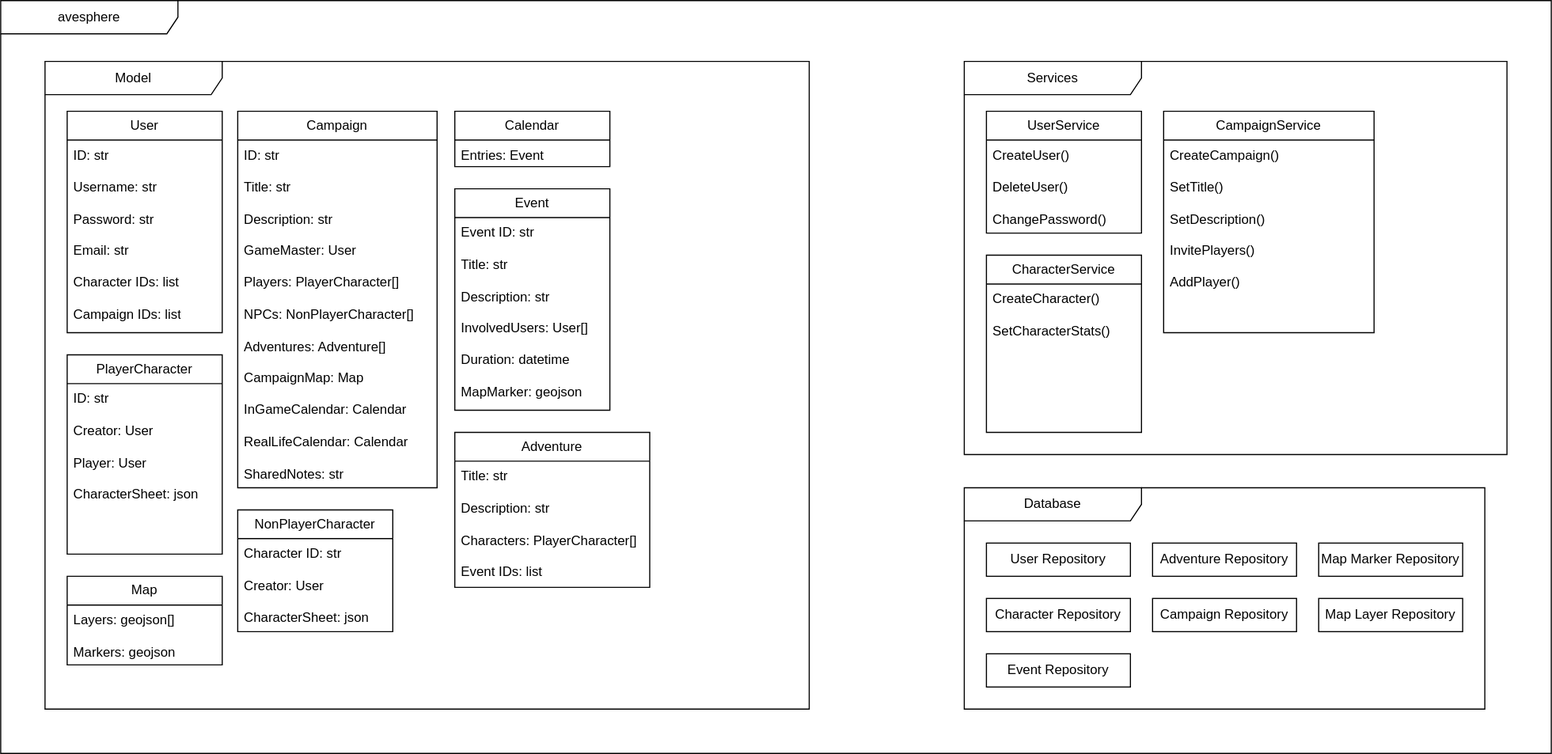
This is docs/resources/avesphere_system_architecture.drawio.svg from reepsakul/avesphere, a draw.io export, as it was before one commit. Source tidied: cells renumbered, new cells last; positions are measured from the earlier drawing's top-left corner, leaving out a move shared by most shapes.
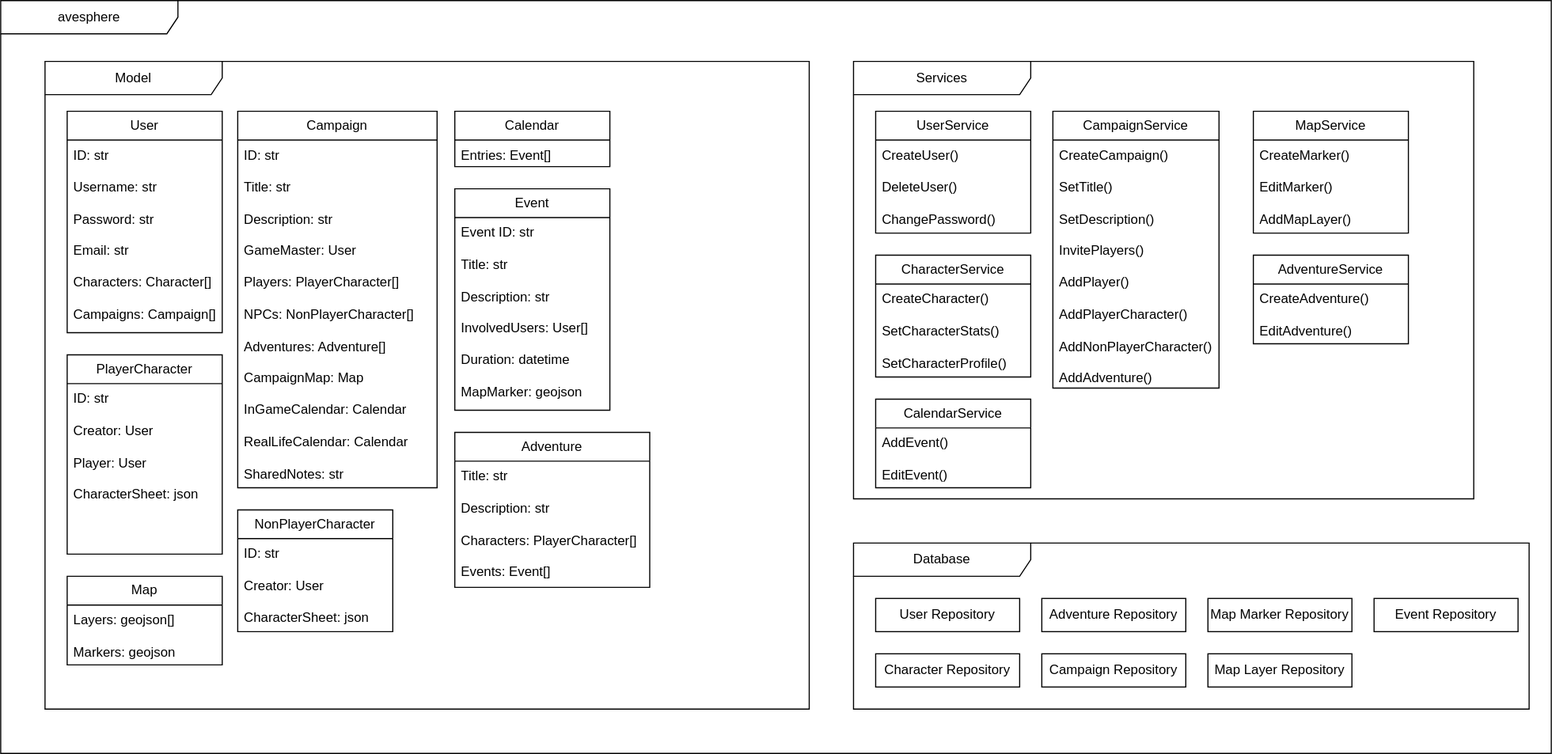
After the commit.

Commit message:
docs: added to system structure diagram and tech stack

Diff of the diagram source:
```diff
@@ -11,7 +11,7 @@
     <mxCell id="4" value="User" style="swimlane;fontStyle=0;horizontal=1;startSize=26;fillColor=none;whiteSpace=wrap;html=1;" parent="3" vertex="1">
       <mxGeometry x="20" y="45" width="140" height="200" as="geometry" />
     </mxCell>
-    <mxCell id="5" value="&lt;div&gt;ID: str&lt;br&gt;&lt;/div&gt;&lt;div&gt;&lt;br&gt;&lt;/div&gt;Username: str&lt;div&gt;&lt;br&gt;&lt;/div&gt;&lt;div&gt;Password: str&lt;/div&gt;&lt;div&gt;&lt;br&gt;&lt;/div&gt;&lt;div&gt;Email: str&lt;/div&gt;&lt;div&gt;&lt;br&gt;&lt;/div&gt;&lt;div&gt;Character IDs: list&lt;/div&gt;&lt;div&gt;&lt;br&gt;&lt;/div&gt;&lt;div&gt;Campaign IDs: list&lt;/div&gt;" style="text;strokeColor=none;fillColor=none;align=left;verticalAlign=top;spacingLeft=4;spacingRight=4;overflow=hidden;whiteSpace=wrap;html=1;" parent="4" vertex="1">
+    <mxCell id="5" value="&lt;div&gt;ID: str&lt;br&gt;&lt;/div&gt;&lt;div&gt;&lt;br&gt;&lt;/div&gt;Username: str&lt;div&gt;&lt;br&gt;&lt;/div&gt;&lt;div&gt;Password: str&lt;/div&gt;&lt;div&gt;&lt;br&gt;&lt;/div&gt;&lt;div&gt;Email: str&lt;/div&gt;&lt;div&gt;&lt;br&gt;&lt;/div&gt;&lt;div&gt;Characters: Character[]&lt;/div&gt;&lt;div&gt;&lt;br&gt;&lt;/div&gt;&lt;div&gt;Campaigns: Campaign[]&lt;/div&gt;" style="text;strokeColor=none;fillColor=none;align=left;verticalAlign=top;spacingLeft=4;spacingRight=4;overflow=hidden;whiteSpace=wrap;html=1;" parent="4" vertex="1">
       <mxGeometry y="26" width="140" height="174" as="geometry" />
     </mxCell>
     <mxCell id="6" value="Campaign" style="swimlane;fontStyle=0;horizontal=1;startSize=26;fillColor=none;whiteSpace=wrap;html=1;" parent="3" vertex="1">
@@ -29,7 +29,7 @@
     <mxCell id="10" value="Adventure" style="swimlane;fontStyle=0;horizontal=1;startSize=26;fillColor=none;whiteSpace=wrap;html=1;" parent="3" vertex="1">
       <mxGeometry x="370" y="335" width="176" height="140" as="geometry" />
     </mxCell>
-    <mxCell id="11" value="&lt;div&gt;&lt;span style=&quot;background-color: transparent; color: light-dark(rgb(0, 0, 0), rgb(255, 255, 255));&quot;&gt;Title: str&lt;/span&gt;&lt;/div&gt;&lt;div&gt;&lt;span style=&quot;background-color: transparent; color: light-dark(rgb(0, 0, 0), rgb(255, 255, 255));&quot;&gt;&lt;br&gt;&lt;/span&gt;&lt;/div&gt;&lt;div&gt;&lt;span style=&quot;background-color: transparent; color: light-dark(rgb(0, 0, 0), rgb(255, 255, 255));&quot;&gt;Description: str&lt;/span&gt;&lt;/div&gt;&lt;span style=&quot;background-color: transparent; color: light-dark(rgb(0, 0, 0), rgb(255, 255, 255));&quot;&gt;&lt;div&gt;&lt;span style=&quot;background-color: transparent; color: light-dark(rgb(0, 0, 0), rgb(255, 255, 255));&quot;&gt;&lt;br&gt;&lt;/span&gt;&lt;/div&gt;Characters: PlayerCharacter[]&lt;/span&gt;&lt;div&gt;&lt;span style=&quot;background-color: transparent; color: light-dark(rgb(0, 0, 0), rgb(255, 255, 255));&quot;&gt;&lt;br&gt;&lt;/span&gt;&lt;/div&gt;&lt;div&gt;&lt;span style=&quot;background-color: transparent; color: light-dark(rgb(0, 0, 0), rgb(255, 255, 255));&quot;&gt;Event IDs: list&lt;/span&gt;&lt;/div&gt;" style="text;strokeColor=none;fillColor=none;align=left;verticalAlign=top;spacingLeft=4;spacingRight=4;overflow=hidden;whiteSpace=wrap;html=1;" parent="10" vertex="1">
+    <mxCell id="11" value="&lt;div&gt;&lt;span style=&quot;background-color: transparent; color: light-dark(rgb(0, 0, 0), rgb(255, 255, 255));&quot;&gt;Title: str&lt;/span&gt;&lt;/div&gt;&lt;div&gt;&lt;span style=&quot;background-color: transparent; color: light-dark(rgb(0, 0, 0), rgb(255, 255, 255));&quot;&gt;&lt;br&gt;&lt;/span&gt;&lt;/div&gt;&lt;div&gt;&lt;span style=&quot;background-color: transparent; color: light-dark(rgb(0, 0, 0), rgb(255, 255, 255));&quot;&gt;Description: str&lt;/span&gt;&lt;/div&gt;&lt;span style=&quot;background-color: transparent; color: light-dark(rgb(0, 0, 0), rgb(255, 255, 255));&quot;&gt;&lt;div&gt;&lt;span style=&quot;background-color: transparent; color: light-dark(rgb(0, 0, 0), rgb(255, 255, 255));&quot;&gt;&lt;br&gt;&lt;/span&gt;&lt;/div&gt;Characters: PlayerCharacter[]&lt;/span&gt;&lt;div&gt;&lt;span style=&quot;background-color: transparent; color: light-dark(rgb(0, 0, 0), rgb(255, 255, 255));&quot;&gt;&lt;br&gt;&lt;/span&gt;&lt;/div&gt;&lt;div&gt;&lt;span style=&quot;background-color: transparent; color: light-dark(rgb(0, 0, 0), rgb(255, 255, 255));&quot;&gt;Events: Event[]&lt;/span&gt;&lt;/div&gt;" style="text;strokeColor=none;fillColor=none;align=left;verticalAlign=top;spacingLeft=4;spacingRight=4;overflow=hidden;whiteSpace=wrap;html=1;" parent="10" vertex="1">
       <mxGeometry y="26" width="176" height="114" as="geometry" />
     </mxCell>
     <mxCell id="12" value="Event" style="swimlane;fontStyle=0;horizontal=1;startSize=26;fillColor=none;whiteSpace=wrap;html=1;" parent="3" vertex="1">
@@ -41,13 +41,13 @@
     <mxCell id="14" value="NonPlayerCharacter" style="swimlane;fontStyle=0;horizontal=1;startSize=26;fillColor=none;whiteSpace=wrap;html=1;" parent="3" vertex="1">
       <mxGeometry x="174" y="405" width="140" height="110" as="geometry" />
     </mxCell>
-    <mxCell id="15" value="&lt;div&gt;Character ID: str&lt;br&gt;&lt;/div&gt;&lt;div&gt;&lt;br&gt;&lt;/div&gt;&lt;div&gt;Creator: User&lt;/div&gt;&lt;div&gt;&lt;br&gt;&lt;div&gt;&lt;span style=&quot;background-color: transparent; color: light-dark(rgb(0, 0, 0), rgb(255, 255, 255));&quot;&gt;CharacterSheet: json&lt;/span&gt;&lt;br&gt;&lt;/div&gt;&lt;/div&gt;" style="text;strokeColor=none;fillColor=none;align=left;verticalAlign=top;spacingLeft=4;spacingRight=4;overflow=hidden;whiteSpace=wrap;html=1;" parent="14" vertex="1">
+    <mxCell id="15" value="&lt;div&gt;ID: str&lt;br&gt;&lt;/div&gt;&lt;div&gt;&lt;br&gt;&lt;/div&gt;&lt;div&gt;Creator: User&lt;/div&gt;&lt;div&gt;&lt;br&gt;&lt;div&gt;&lt;span style=&quot;background-color: transparent; color: light-dark(rgb(0, 0, 0), rgb(255, 255, 255));&quot;&gt;CharacterSheet: json&lt;/span&gt;&lt;br&gt;&lt;/div&gt;&lt;/div&gt;" style="text;strokeColor=none;fillColor=none;align=left;verticalAlign=top;spacingLeft=4;spacingRight=4;overflow=hidden;whiteSpace=wrap;html=1;" parent="14" vertex="1">
       <mxGeometry y="26" width="140" height="84" as="geometry" />
     </mxCell>
     <mxCell id="16" value="Calendar" style="swimlane;fontStyle=0;horizontal=1;startSize=26;fillColor=none;whiteSpace=wrap;html=1;" parent="3" vertex="1">
       <mxGeometry x="370" y="45" width="140" height="50" as="geometry" />
     </mxCell>
-    <mxCell id="17" value="Entries: Event" style="text;strokeColor=none;fillColor=none;align=left;verticalAlign=top;spacingLeft=4;spacingRight=4;overflow=hidden;whiteSpace=wrap;html=1;" parent="16" vertex="1">
+    <mxCell id="17" value="Entries: Event[]" style="text;strokeColor=none;fillColor=none;align=left;verticalAlign=top;spacingLeft=4;spacingRight=4;overflow=hidden;whiteSpace=wrap;html=1;" parent="16" vertex="1">
       <mxGeometry y="26" width="140" height="24" as="geometry" />
     </mxCell>
     <mxCell id="18" value="Map" style="swimlane;fontStyle=0;horizontal=1;startSize=26;fillColor=none;whiteSpace=wrap;html=1;" parent="3" vertex="1">
@@ -57,7 +57,7 @@
       <mxGeometry y="26" width="140" height="54" as="geometry" />
     </mxCell>
     <mxCell id="20" value="Database" style="shape=umlFrame;whiteSpace=wrap;html=1;width=160;" parent="2" vertex="1">
-      <mxGeometry x="870" y="440" width="470" height="200" as="geometry" />
+      <mxGeometry x="770" y="490" width="610" height="150" as="geometry" />
     </mxCell>
     <mxCell id="21" value="User Repository" style="html=1;whiteSpace=wrap;" parent="20" vertex="1">
       <mxGeometry x="20" y="50" width="130" height="30" as="geometry" />
@@ -78,16 +78,16 @@
       <mxGeometry x="320" y="100" width="130" height="30" as="geometry" />
     </mxCell>
     <mxCell id="27" value="Event Repository" style="html=1;whiteSpace=wrap;" parent="20" vertex="1">
-      <mxGeometry x="20" y="150" width="130" height="30" as="geometry" />
+      <mxGeometry x="470" y="50" width="130" height="30" as="geometry" />
     </mxCell>
     <mxCell id="28" value="Services" style="shape=umlFrame;whiteSpace=wrap;html=1;width=160;" parent="2" vertex="1">
-      <mxGeometry x="870" y="55" width="490" height="355" as="geometry" />
+      <mxGeometry x="770" y="55" width="560" height="395" as="geometry" />
     </mxCell>
     <mxCell id="29" value="CampaignService" style="swimlane;fontStyle=0;horizontal=1;startSize=26;fillColor=none;whiteSpace=wrap;html=1;" parent="28" vertex="1">
-      <mxGeometry x="180" y="45" width="190" height="200" as="geometry" />
+      <mxGeometry x="180" y="45" width="150" height="250" as="geometry" />
     </mxCell>
-    <mxCell id="30" value="CreateCampaign()&lt;div&gt;&lt;br&gt;&lt;/div&gt;&lt;div&gt;SetTitle()&lt;/div&gt;&lt;div&gt;&lt;br&gt;&lt;/div&gt;&lt;div&gt;SetDescription()&lt;/div&gt;&lt;div&gt;&lt;br&gt;&lt;/div&gt;&lt;div&gt;InvitePlayers()&lt;/div&gt;&lt;div&gt;&lt;br&gt;&lt;/div&gt;&lt;div&gt;AddPlayer()&lt;/div&gt;" style="text;strokeColor=none;fillColor=none;align=left;verticalAlign=top;spacingLeft=4;spacingRight=4;overflow=hidden;whiteSpace=wrap;html=1;" parent="29" vertex="1">
-      <mxGeometry y="26" width="190" height="174" as="geometry" />
+    <mxCell id="30" value="CreateCampaign()&lt;div&gt;&lt;br&gt;&lt;/div&gt;&lt;div&gt;SetTitle()&lt;/div&gt;&lt;div&gt;&lt;br&gt;&lt;/div&gt;&lt;div&gt;SetDescription()&lt;/div&gt;&lt;div&gt;&lt;br&gt;&lt;/div&gt;&lt;div&gt;InvitePlayers()&lt;/div&gt;&lt;div&gt;&lt;br&gt;&lt;/div&gt;&lt;div&gt;AddPlayer()&lt;/div&gt;&lt;div&gt;&lt;br&gt;&lt;/div&gt;&lt;div&gt;AddPlayerCharacter()&lt;/div&gt;&lt;div&gt;&lt;br&gt;&lt;/div&gt;&lt;div&gt;AddNonPlayerCharacter()&lt;/div&gt;&lt;div&gt;&lt;br&gt;&lt;/div&gt;&lt;div&gt;AddAdventure()&lt;/div&gt;" style="text;strokeColor=none;fillColor=none;align=left;verticalAlign=top;spacingLeft=4;spacingRight=4;overflow=hidden;whiteSpace=wrap;html=1;" parent="29" vertex="1">
+      <mxGeometry y="26" width="150" height="224" as="geometry" />
     </mxCell>
     <mxCell id="31" value="UserService" style="swimlane;fontStyle=0;horizontal=1;startSize=26;fillColor=none;whiteSpace=wrap;html=1;" parent="28" vertex="1">
       <mxGeometry x="20" y="45" width="140" height="110" as="geometry" />
@@ -96,10 +96,28 @@
       <mxGeometry y="26" width="140" height="84" as="geometry" />
     </mxCell>
     <mxCell id="33" value="CharacterService" style="swimlane;fontStyle=0;horizontal=1;startSize=26;fillColor=none;whiteSpace=wrap;html=1;" parent="28" vertex="1">
-      <mxGeometry x="20" y="175" width="140" height="160" as="geometry" />
+      <mxGeometry x="20" y="175" width="140" height="110" as="geometry" />
     </mxCell>
-    <mxCell id="34" value="&lt;div&gt;CreateCharacter()&lt;/div&gt;&lt;div&gt;&lt;br&gt;&lt;/div&gt;&lt;div&gt;SetCharacterStats()&lt;/div&gt;" style="text;strokeColor=none;fillColor=none;align=left;verticalAlign=top;spacingLeft=4;spacingRight=4;overflow=hidden;whiteSpace=wrap;html=1;" parent="33" vertex="1">
-      <mxGeometry y="26" width="140" height="134" as="geometry" />
+    <mxCell id="34" value="&lt;div&gt;CreateCharacter()&lt;/div&gt;&lt;div&gt;&lt;br&gt;&lt;/div&gt;&lt;div&gt;SetCharacterStats()&lt;/div&gt;&lt;div&gt;&lt;br&gt;&lt;/div&gt;&lt;div&gt;SetCharacterProfile()&lt;/div&gt;" style="text;strokeColor=none;fillColor=none;align=left;verticalAlign=top;spacingLeft=4;spacingRight=4;overflow=hidden;whiteSpace=wrap;html=1;" parent="33" vertex="1">
+      <mxGeometry y="26" width="140" height="84" as="geometry" />
     </mxCell>
+    <mxCell id="35" value="MapService" style="swimlane;fontStyle=0;horizontal=1;startSize=26;fillColor=none;whiteSpace=wrap;html=1;" parent="28" vertex="1">
+      <mxGeometry x="361" y="45" width="140" height="110" as="geometry" />
+    </mxCell>
+    <mxCell id="36" value="CreateMarker()&lt;div&gt;&lt;br&gt;&lt;/div&gt;&lt;div&gt;EditMarker()&lt;/div&gt;&lt;div&gt;&lt;br&gt;&lt;/div&gt;&lt;div&gt;AddMapLayer()&lt;/div&gt;" style="text;strokeColor=none;fillColor=none;align=left;verticalAlign=top;spacingLeft=4;spacingRight=4;overflow=hidden;whiteSpace=wrap;html=1;" parent="35" vertex="1">
+      <mxGeometry y="26" width="140" height="84" as="geometry" />
+    </mxCell>
+    <mxCell id="37" value="AdventureService" style="swimlane;fontStyle=0;horizontal=1;startSize=26;fillColor=none;whiteSpace=wrap;html=1;" parent="28" vertex="1">
+      <mxGeometry x="361" y="175" width="140" height="80" as="geometry" />
+    </mxCell>
+    <mxCell id="38" value="CreateAdventure()&lt;div&gt;&lt;br&gt;&lt;/div&gt;&lt;div&gt;EditAdventure()&lt;/div&gt;" style="text;strokeColor=none;fillColor=none;align=left;verticalAlign=top;spacingLeft=4;spacingRight=4;overflow=hidden;whiteSpace=wrap;html=1;" parent="37" vertex="1">
+      <mxGeometry y="26" width="140" height="54" as="geometry" />
+    </mxCell>
+    <mxCell id="39" value="CalendarService" style="swimlane;fontStyle=0;horizontal=1;startSize=26;fillColor=none;whiteSpace=wrap;html=1;" parent="28" vertex="1">
+      <mxGeometry x="20" y="305" width="140" height="80" as="geometry" />
+    </mxCell>
+    <mxCell id="40" value="AddEvent()&lt;div&gt;&lt;br&gt;&lt;/div&gt;&lt;div&gt;EditEvent()&lt;/div&gt;" style="text;strokeColor=none;fillColor=none;align=left;verticalAlign=top;spacingLeft=4;spacingRight=4;overflow=hidden;whiteSpace=wrap;html=1;" parent="39" vertex="1">
+      <mxGeometry y="26" width="140" height="54" as="geometry" />
+    </mxCell>
   </root>
 </mxGraphModel>
```
